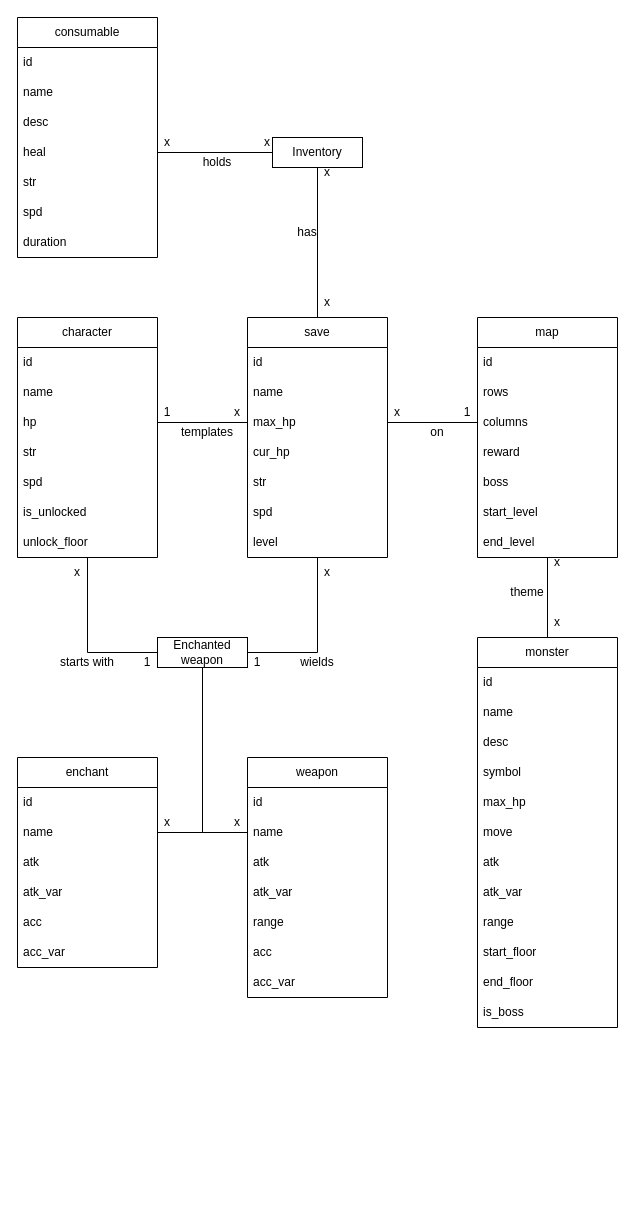
The draw.io diagram final_uml_diagram.drawio in ryanalextrader/database_rpg_game, before the edit. Source tidied: cells renumbered, new cells numbered last; positions are measured from the earlier drawing's top-left corner, leaving out a move shared by most shapes. Both pictures are drawn from the tidied source at 100%, with x=0, y=0 at pixel (17, 17).
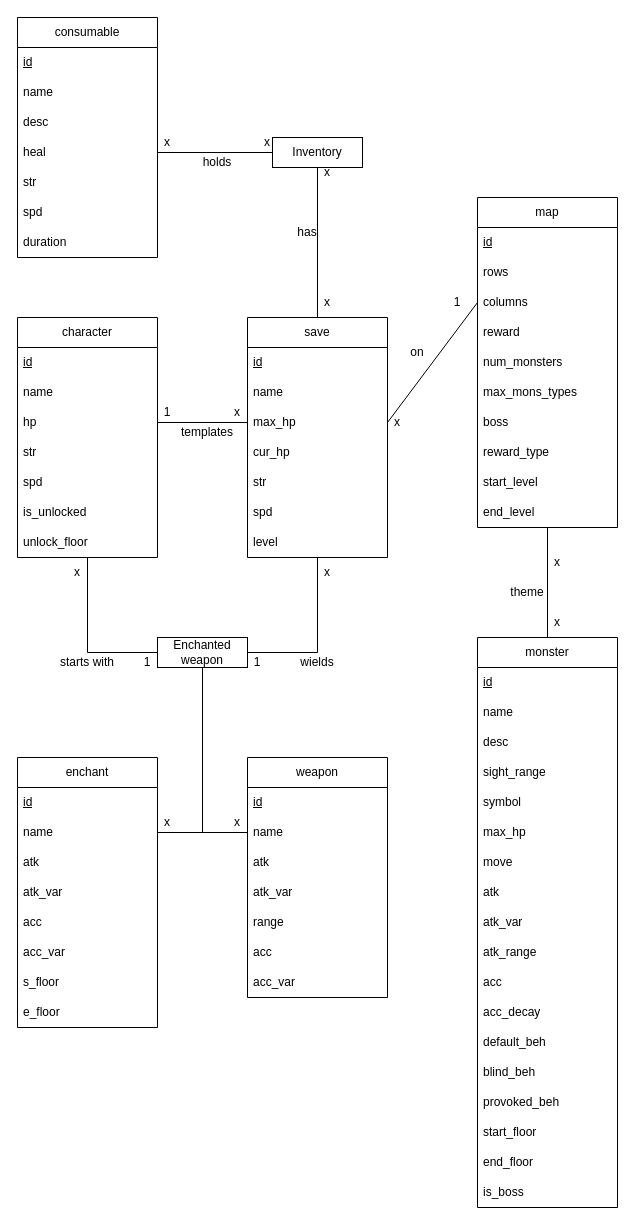
The same diagram, later.

Commit message (it also covers changes not shown here):
Completed comments in db_interface.py

Unchanged cells that the change refers to:
```xml
<mxCell id="2" value="character" style="swimlane;fontStyle=0;horizontal=1;startSize=30;whiteSpace=wrap;html=1;" parent="1" vertex="1">
  <mxGeometry y="300" width="140" height="240" as="geometry" />
</mxCell>
<mxCell id="10" value="consumable" style="swimlane;fontStyle=0;horizontal=1;startSize=30;whiteSpace=wrap;html=1;" parent="1" vertex="1">
  <mxGeometry width="140" height="240" as="geometry" />
</mxCell>
<mxCell id="25" value="save" style="swimlane;fontStyle=0;horizontal=1;startSize=30;whiteSpace=wrap;html=1;" parent="1" vertex="1">
  <mxGeometry x="230" y="300" width="140" height="240" as="geometry" />
</mxCell>
<mxCell id="33" value="weapon" style="swimlane;fontStyle=0;horizontal=1;startSize=30;whiteSpace=wrap;html=1;" parent="1" vertex="1">
  <mxGeometry x="230" y="740" width="140" height="240" as="geometry" />
</mxCell>
```

The edit, as a diff of the source:
```diff
@@
-    <mxCell id="3" value="id" style="text;strokeColor=none;fillColor=none;align=left;verticalAlign=middle;spacingLeft=4;spacingRight=4;overflow=hidden;whiteSpace=wrap;html=1;" parent="2" vertex="1">
+    <mxCell id="3" value="&lt;u&gt;id&lt;/u&gt;" style="text;strokeColor=none;fillColor=none;align=left;verticalAlign=middle;spacingLeft=4;spacingRight=4;overflow=hidden;whiteSpace=wrap;html=1;" parent="2" vertex="1">
       <mxGeometry y="30" width="140" height="30" as="geometry" />
     </mxCell>
@@
-    <mxCell id="11" value="id" style="text;strokeColor=none;fillColor=none;align=left;verticalAlign=middle;spacingLeft=4;spacingRight=4;overflow=hidden;whiteSpace=wrap;html=1;" parent="10" vertex="1">
+    <mxCell id="11" value="&lt;u&gt;id&lt;/u&gt;" style="text;strokeColor=none;fillColor=none;align=left;verticalAlign=middle;spacingLeft=4;spacingRight=4;overflow=hidden;whiteSpace=wrap;html=1;" parent="10" vertex="1">
       <mxGeometry y="30" width="140" height="30" as="geometry" />
     </mxCell>
@@
     <mxCell id="18" value="enchant" style="swimlane;fontStyle=0;horizontal=1;startSize=30;whiteSpace=wrap;html=1;" parent="1" vertex="1">
-      <mxGeometry y="740" width="140" height="210" as="geometry" />
+      <mxGeometry y="740" width="140" height="270" as="geometry" />
     </mxCell>
-    <mxCell id="19" value="id" style="text;strokeColor=none;fillColor=none;align=left;verticalAlign=middle;spacingLeft=4;spacingRight=4;overflow=hidden;whiteSpace=wrap;html=1;" parent="18" vertex="1">
+    <mxCell id="19" value="&lt;u&gt;id&lt;/u&gt;" style="text;strokeColor=none;fillColor=none;align=left;verticalAlign=middle;spacingLeft=4;spacingRight=4;overflow=hidden;whiteSpace=wrap;html=1;" parent="18" vertex="1">
       <mxGeometry y="30" width="140" height="30" as="geometry" />
     </mxCell>
@@
+    <mxCell id="98" value="s_floor" style="text;strokeColor=none;fillColor=none;align=left;verticalAlign=middle;spacingLeft=4;spacingRight=4;overflow=hidden;whiteSpace=wrap;html=1;" parent="18" vertex="1">
+      <mxGeometry y="210" width="140" height="30" as="geometry" />
+    </mxCell>
+    <mxCell id="99" value="e_floor" style="text;strokeColor=none;fillColor=none;align=left;verticalAlign=middle;spacingLeft=4;spacingRight=4;overflow=hidden;whiteSpace=wrap;html=1;" parent="18" vertex="1">
+      <mxGeometry y="240" width="140" height="30" as="geometry" />
+    </mxCell>
@@
-    <mxCell id="26" value="id" style="text;strokeColor=none;fillColor=none;align=left;verticalAlign=middle;spacingLeft=4;spacingRight=4;overflow=hidden;whiteSpace=wrap;html=1;" parent="25" vertex="1">
+    <mxCell id="26" value="&lt;u&gt;id&lt;/u&gt;" style="text;strokeColor=none;fillColor=none;align=left;verticalAlign=middle;spacingLeft=4;spacingRight=4;overflow=hidden;whiteSpace=wrap;html=1;" parent="25" vertex="1">
       <mxGeometry y="30" width="140" height="30" as="geometry" />
     </mxCell>
@@
-    <mxCell id="34" value="id" style="text;strokeColor=none;fillColor=none;align=left;verticalAlign=middle;spacingLeft=4;spacingRight=4;overflow=hidden;whiteSpace=wrap;html=1;" parent="33" vertex="1">
+    <mxCell id="34" value="&lt;u&gt;id&lt;/u&gt;" style="text;strokeColor=none;fillColor=none;align=left;verticalAlign=middle;spacingLeft=4;spacingRight=4;overflow=hidden;whiteSpace=wrap;html=1;" parent="33" vertex="1">
       <mxGeometry y="30" width="140" height="30" as="geometry" />
     </mxCell>
@@
     <mxCell id="41" value="map" style="swimlane;fontStyle=0;horizontal=1;startSize=30;whiteSpace=wrap;html=1;" parent="1" vertex="1">
-      <mxGeometry x="460" y="300" width="140" height="240" as="geometry" />
+      <mxGeometry x="460" y="180" width="140" height="330" as="geometry" />
     </mxCell>
-    <mxCell id="42" value="id" style="text;strokeColor=none;fillColor=none;align=left;verticalAlign=middle;spacingLeft=4;spacingRight=4;overflow=hidden;whiteSpace=wrap;html=1;" parent="41" vertex="1">
+    <mxCell id="42" value="&lt;u&gt;id&lt;/u&gt;" style="text;strokeColor=none;fillColor=none;align=left;verticalAlign=middle;spacingLeft=4;spacingRight=4;overflow=hidden;whiteSpace=wrap;html=1;" parent="41" vertex="1">
       <mxGeometry y="30" width="140" height="30" as="geometry" />
     </mxCell>
@@
+    <mxCell id="100" value="num_monsters" style="text;strokeColor=none;fillColor=none;align=left;verticalAlign=middle;spacingLeft=4;spacingRight=4;overflow=hidden;whiteSpace=wrap;html=1;" parent="41" vertex="1">
+      <mxGeometry y="150" width="140" height="30" as="geometry" />
+    </mxCell>
+    <mxCell id="101" value="max_mons_types" style="text;strokeColor=none;fillColor=none;align=left;verticalAlign=middle;spacingLeft=4;spacingRight=4;overflow=hidden;whiteSpace=wrap;html=1;" parent="41" vertex="1">
+      <mxGeometry y="180" width="140" height="30" as="geometry" />
+    </mxCell>
     <mxCell id="46" value="boss" style="text;strokeColor=none;fillColor=none;align=left;verticalAlign=middle;spacingLeft=4;spacingRight=4;overflow=hidden;whiteSpace=wrap;html=1;" parent="41" vertex="1">
-      <mxGeometry y="150" width="140" height="30" as="geometry" />
+      <mxGeometry y="210" width="140" height="30" as="geometry" />
     </mxCell>
+    <mxCell id="102" value="reward_type" style="text;strokeColor=none;fillColor=none;align=left;verticalAlign=middle;spacingLeft=4;spacingRight=4;overflow=hidden;whiteSpace=wrap;html=1;" parent="41" vertex="1">
+      <mxGeometry y="240" width="140" height="30" as="geometry" />
+    </mxCell>
     <mxCell id="47" value="start_level" style="text;strokeColor=none;fillColor=none;align=left;verticalAlign=middle;spacingLeft=4;spacingRight=4;overflow=hidden;whiteSpace=wrap;html=1;" parent="41" vertex="1">
-      <mxGeometry y="180" width="140" height="30" as="geometry" />
+      <mxGeometry y="270" width="140" height="30" as="geometry" />
     </mxCell>
     <mxCell id="48" value="end_level" style="text;strokeColor=none;fillColor=none;align=left;verticalAlign=middle;spacingLeft=4;spacingRight=4;overflow=hidden;points=[[0,0.5],[1,0.5]];portConstraint=eastwest;whiteSpace=wrap;html=1;" parent="41" vertex="1">
-      <mxGeometry y="210" width="140" height="30" as="geometry" />
+      <mxGeometry y="300" width="140" height="30" as="geometry" />
     </mxCell>
     <mxCell id="49" value="monster" style="swimlane;fontStyle=0;horizontal=1;startSize=30;whiteSpace=wrap;html=1;" parent="1" vertex="1">
-      <mxGeometry x="460" y="620" width="140" height="390" as="geometry" />
+      <mxGeometry x="460" y="620" width="140" height="570" as="geometry" />
     </mxCell>
-    <mxCell id="50" value="id" style="text;strokeColor=none;fillColor=none;align=left;verticalAlign=middle;spacingLeft=4;spacingRight=4;overflow=hidden;whiteSpace=wrap;html=1;" parent="49" vertex="1">
+    <mxCell id="50" value="&lt;u&gt;id&lt;/u&gt;" style="text;strokeColor=none;fillColor=none;align=left;verticalAlign=middle;spacingLeft=4;spacingRight=4;overflow=hidden;whiteSpace=wrap;html=1;" parent="49" vertex="1">
       <mxGeometry y="30" width="140" height="30" as="geometry" />
     </mxCell>
@@
+    <mxCell id="103" value="sight_range" style="text;strokeColor=none;fillColor=none;align=left;verticalAlign=middle;spacingLeft=4;spacingRight=4;overflow=hidden;whiteSpace=wrap;html=1;" parent="49" vertex="1">
+      <mxGeometry y="120" width="140" height="30" as="geometry" />
+    </mxCell>
     <mxCell id="53" value="symbol" style="text;strokeColor=none;fillColor=none;align=left;verticalAlign=middle;spacingLeft=4;spacingRight=4;overflow=hidden;whiteSpace=wrap;html=1;" parent="49" vertex="1">
-      <mxGeometry y="120" width="140" height="30" as="geometry" />
+      <mxGeometry y="150" width="140" height="30" as="geometry" />
     </mxCell>
     <mxCell id="54" value="max_hp" style="text;strokeColor=none;fillColor=none;align=left;verticalAlign=middle;spacingLeft=4;spacingRight=4;overflow=hidden;whiteSpace=wrap;html=1;" parent="49" vertex="1">
-      <mxGeometry y="150" width="140" height="30" as="geometry" />
+      <mxGeometry y="180" width="140" height="30" as="geometry" />
     </mxCell>
     <mxCell id="55" value="move" style="text;strokeColor=none;fillColor=none;align=left;verticalAlign=middle;spacingLeft=4;spacingRight=4;overflow=hidden;whiteSpace=wrap;html=1;" parent="49" vertex="1">
-      <mxGeometry y="180" width="140" height="30" as="geometry" />
+      <mxGeometry y="210" width="140" height="30" as="geometry" />
     </mxCell>
     <mxCell id="56" value="atk" style="text;strokeColor=none;fillColor=none;align=left;verticalAlign=middle;spacingLeft=4;spacingRight=4;overflow=hidden;whiteSpace=wrap;html=1;" parent="49" vertex="1">
-      <mxGeometry y="210" width="140" height="30" as="geometry" />
+      <mxGeometry y="240" width="140" height="30" as="geometry" />
     </mxCell>
     <mxCell id="57" value="atk_var" style="text;strokeColor=none;fillColor=none;align=left;verticalAlign=middle;spacingLeft=4;spacingRight=4;overflow=hidden;whiteSpace=wrap;html=1;" parent="49" vertex="1">
-      <mxGeometry y="240" width="140" height="30" as="geometry" />
+      <mxGeometry y="270" width="140" height="30" as="geometry" />
     </mxCell>
-    <mxCell id="58" value="range" style="text;strokeColor=none;fillColor=none;align=left;verticalAlign=middle;spacingLeft=4;spacingRight=4;overflow=hidden;whiteSpace=wrap;html=1;" parent="49" vertex="1">
-      <mxGeometry y="270" width="140" height="30" as="geometry" />
+    <mxCell id="58" value="atk_range" style="text;strokeColor=none;fillColor=none;align=left;verticalAlign=middle;spacingLeft=4;spacingRight=4;overflow=hidden;whiteSpace=wrap;html=1;" parent="49" vertex="1">
+      <mxGeometry y="300" width="140" height="30" as="geometry" />
     </mxCell>
+    <mxCell id="104" value="acc" style="text;strokeColor=none;fillColor=none;align=left;verticalAlign=middle;spacingLeft=4;spacingRight=4;overflow=hidden;whiteSpace=wrap;html=1;" parent="49" vertex="1">
+      <mxGeometry y="330" width="140" height="30" as="geometry" />
+    </mxCell>
+    <mxCell id="105" value="acc_decay" style="text;strokeColor=none;fillColor=none;align=left;verticalAlign=middle;spacingLeft=4;spacingRight=4;overflow=hidden;whiteSpace=wrap;html=1;" parent="49" vertex="1">
+      <mxGeometry y="360" width="140" height="30" as="geometry" />
+    </mxCell>
+    <mxCell id="106" value="default_beh" style="text;strokeColor=none;fillColor=none;align=left;verticalAlign=middle;spacingLeft=4;spacingRight=4;overflow=hidden;whiteSpace=wrap;html=1;" parent="49" vertex="1">
+      <mxGeometry y="390" width="140" height="30" as="geometry" />
+    </mxCell>
+    <mxCell id="107" value="blind_beh" style="text;strokeColor=none;fillColor=none;align=left;verticalAlign=middle;spacingLeft=4;spacingRight=4;overflow=hidden;whiteSpace=wrap;html=1;" parent="49" vertex="1">
+      <mxGeometry y="420" width="140" height="30" as="geometry" />
+    </mxCell>
+    <mxCell id="108" value="provoked_beh" style="text;strokeColor=none;fillColor=none;align=left;verticalAlign=middle;spacingLeft=4;spacingRight=4;overflow=hidden;whiteSpace=wrap;html=1;" parent="49" vertex="1">
+      <mxGeometry y="450" width="140" height="30" as="geometry" />
+    </mxCell>
     <mxCell id="59" value="start_floor" style="text;strokeColor=none;fillColor=none;align=left;verticalAlign=middle;spacingLeft=4;spacingRight=4;overflow=hidden;whiteSpace=wrap;html=1;" parent="49" vertex="1">
-      <mxGeometry y="300" width="140" height="30" as="geometry" />
+      <mxGeometry y="480" width="140" height="30" as="geometry" />
     </mxCell>
     <mxCell id="60" value="end_floor" style="text;strokeColor=none;fillColor=none;align=left;verticalAlign=middle;spacingLeft=4;spacingRight=4;overflow=hidden;whiteSpace=wrap;html=1;" parent="49" vertex="1">
-      <mxGeometry y="330" width="140" height="30" as="geometry" />
+      <mxGeometry y="510" width="140" height="30" as="geometry" />
     </mxCell>
     <mxCell id="61" value="is_boss" style="text;strokeColor=none;fillColor=none;align=left;verticalAlign=middle;spacingLeft=4;spacingRight=4;overflow=hidden;whiteSpace=wrap;html=1;" parent="49" vertex="1">
-      <mxGeometry y="360" width="140" height="30" as="geometry" />
+      <mxGeometry y="540" width="140" height="30" as="geometry" />
     </mxCell>
@@
     <mxCell id="89" value="x" style="text;html=1;strokeColor=none;fillColor=none;align=center;verticalAlign=middle;whiteSpace=wrap;rounded=0;" parent="1" vertex="1">
-      <mxGeometry x="350" y="380" width="60" height="30" as="geometry" />
+      <mxGeometry x="350" y="390" width="60" height="30" as="geometry" />
     </mxCell>
     <mxCell id="90" value="1" style="text;html=1;strokeColor=none;fillColor=none;align=center;verticalAlign=middle;whiteSpace=wrap;rounded=0;" parent="1" vertex="1">
-      <mxGeometry x="420" y="380" width="60" height="30" as="geometry" />
+      <mxGeometry x="410" y="270" width="60" height="30" as="geometry" />
     </mxCell>
@@
     <mxCell id="97" value="on" style="text;html=1;strokeColor=none;fillColor=none;align=center;verticalAlign=middle;whiteSpace=wrap;rounded=0;" parent="1" vertex="1">
-      <mxGeometry x="390" y="400" width="60" height="30" as="geometry" />
+      <mxGeometry x="370" y="320" width="60" height="30" as="geometry" />
     </mxCell>
```
